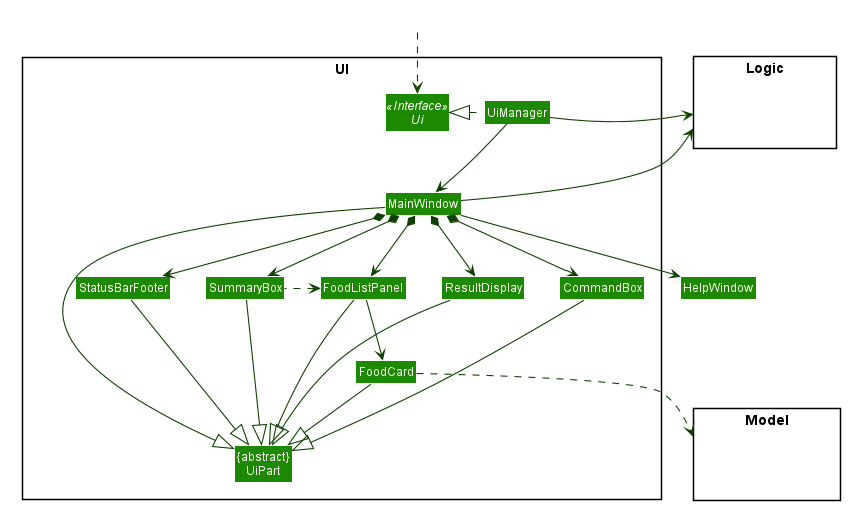
Before: docs/images/UiClassDiagram.png, a diagram exported from PlantUML (nus-cs2103-AY2021S1/tp).
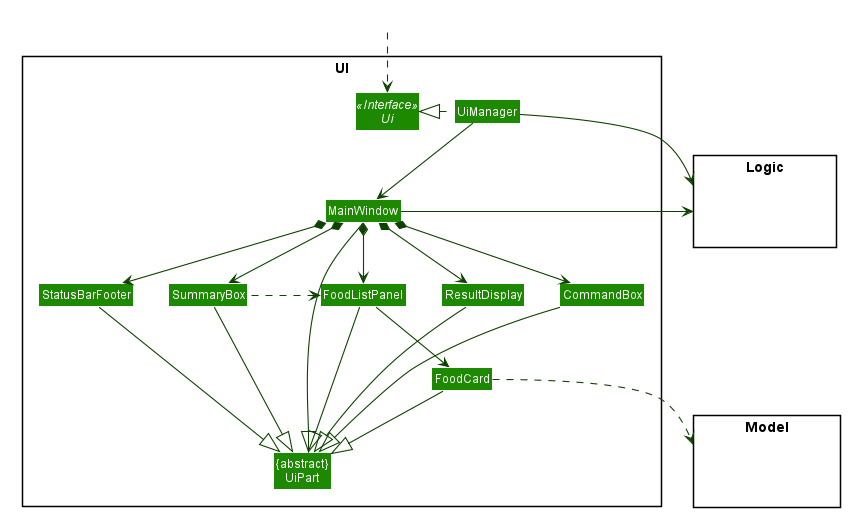
Later version of the same file.

Diff of the diagram source:
```diff
@@ -77,7 +77,6 @@
 
 UiManager .left.|> Ui
 UiManager -down-> MainWindow
-MainWindow --> HelpWindow
 MainWindow *-down-> CommandBox
 MainWindow *-down-> ResultDisplay
 MainWindow *-down-> FoodListPanel
@@ -101,8 +100,6 @@
 UiManager -right-> Logic
 MainWindow -left-> Logic
 
-FoodListPanel -[hidden]left- HelpWindow
-HelpWindow -[hidden]left- CommandBox
 CommandBox -[hidden]left- ResultDisplay
 ResultDisplay -[hidden]left- StatusBarFooter
 
```
